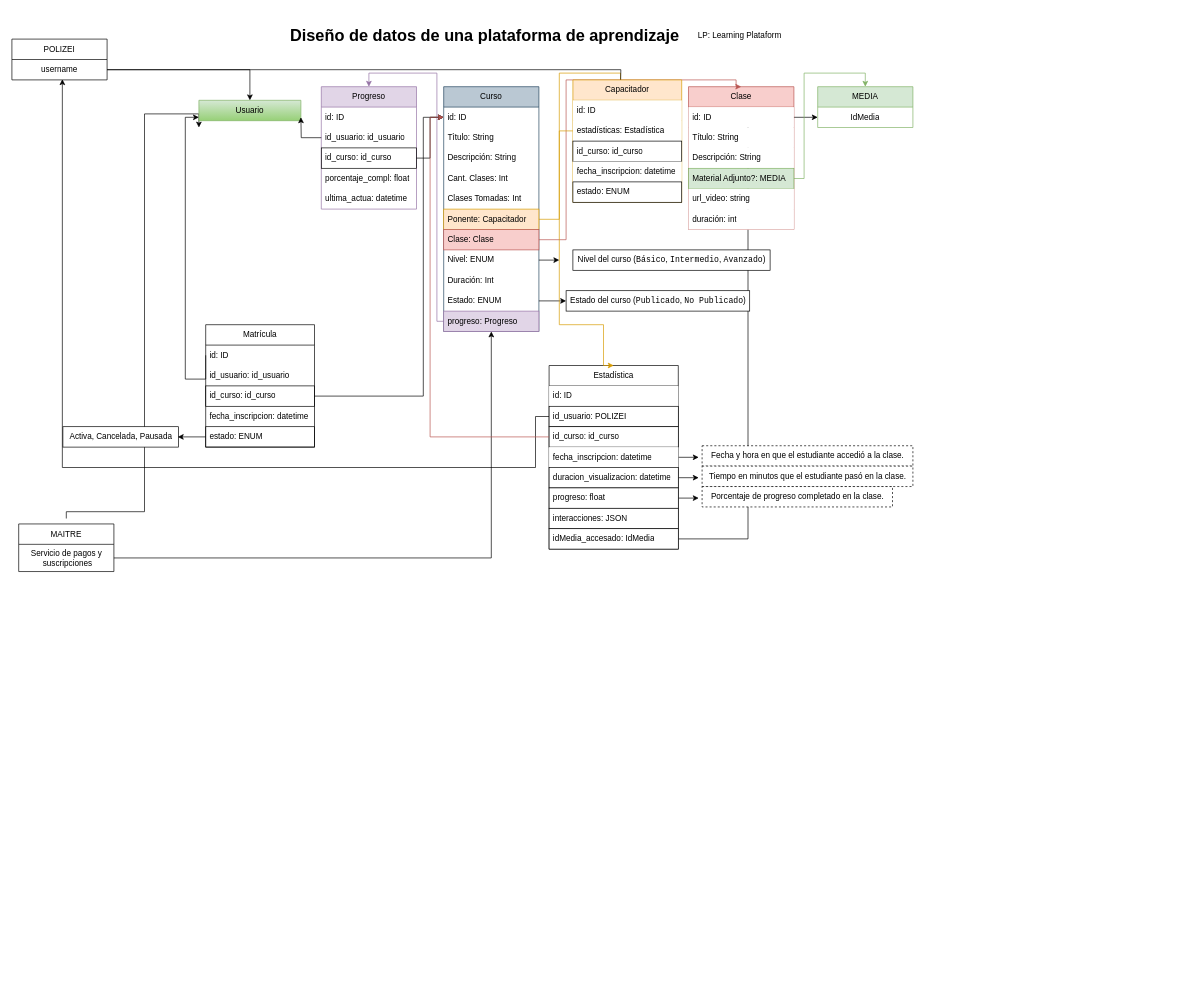
dacaza3812/3 keeps this draw.io diagram as Diagrama sin título.drawio. Above is the earlier version. Source tidied: cells renumbered, new cells numbered last; positions are measured from the earlier drawing's top-left corner, leaving out a move shared by most shapes. Both pictures are drawn from the tidied source at 68%, with x=0, y=0 at pixel (12, 12).
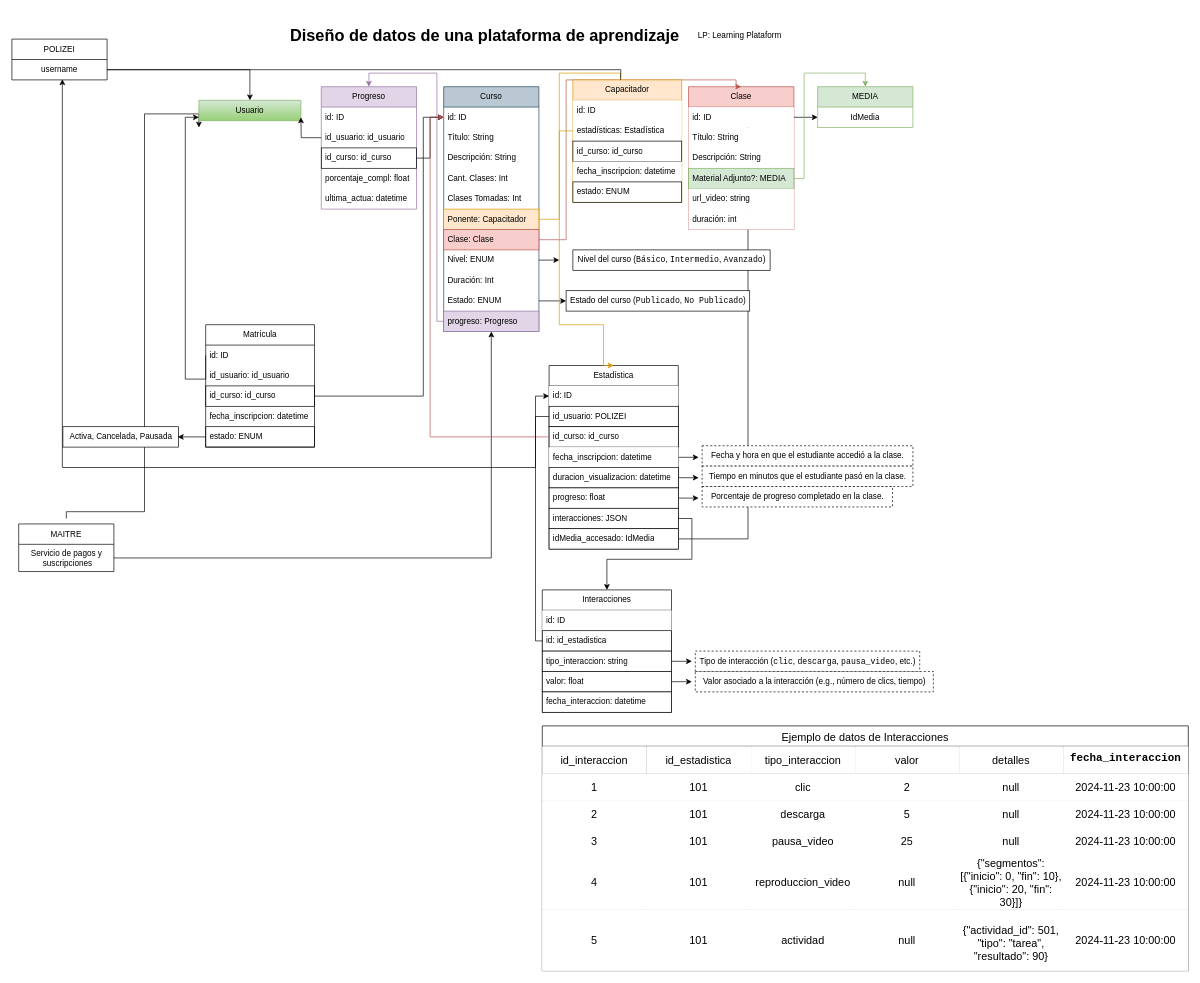
After the change.

Unchanged cells that the change refers to:
```xml
<mxCell id="64" value="id: ID" style="text;strokeColor=none;fillColor=default;align=left;verticalAlign=middle;spacingLeft=4;spacingRight=4;overflow=hidden;points=[[0,0.5],[1,0.5]];portConstraint=eastwest;whiteSpace=wrap;html=1;" parent="63" vertex="1">
  <mxGeometry y="30" width="190" height="30" as="geometry" />
</mxCell>
<mxCell id="72" value="interacciones: JSON" style="text;strokeColor=default;fillColor=default;align=left;verticalAlign=middle;spacingLeft=4;spacingRight=4;overflow=hidden;points=[[0,0.5],[1,0.5]];portConstraint=eastwest;whiteSpace=wrap;html=1;" parent="63" vertex="1">
  <mxGeometry y="210" width="190" height="30" as="geometry" />
</mxCell>
```

Change to the diagram source:
```diff
@@
+    <mxCell id="85" style="edgeStyle=orthogonalEdgeStyle;rounded=0;jettySize=auto;html=1;exitX=1;exitY=0.75;exitDx=0;exitDy=0;" parent="1" edge="1" source="86">
+      <mxGeometry relative="1" as="geometry">
+        <mxPoint x="1000" y="984.9" as="targetPoint" />
+      </mxGeometry>
+    </mxCell>
+    <mxCell id="86" value="Interacciones" style="swimlane;fontStyle=0;horizontal=1;startSize=30;whiteSpace=wrap;html=1;align=center;fillColor=default;" parent="1" vertex="1">
+      <mxGeometry x="780" y="850" width="190" height="180" as="geometry" />
+    </mxCell>
+    <mxCell id="87" value="id: ID" style="text;strokeColor=none;fillColor=default;align=left;verticalAlign=middle;spacingLeft=4;spacingRight=4;overflow=hidden;whiteSpace=wrap;html=1;" parent="86" vertex="1">
+      <mxGeometry y="30" width="190" height="30" as="geometry" />
+    </mxCell>
+    <mxCell id="88" value="id: id_estadistica" style="text;strokeColor=default;fillColor=default;align=left;verticalAlign=middle;spacingLeft=4;spacingRight=4;overflow=hidden;points=[[0,0.5],[1,0.5]];portConstraint=eastwest;whiteSpace=wrap;html=1;" parent="86" vertex="1">
+      <mxGeometry y="60" width="190" height="30" as="geometry" />
+    </mxCell>
+    <mxCell id="89" style="edgeStyle=orthogonalEdgeStyle;rounded=0;jettySize=auto;html=1;exitX=1;exitY=0.5;exitDx=0;exitDy=0;" parent="86" edge="1" source="90">
+      <mxGeometry relative="1" as="geometry">
+        <mxPoint x="220" y="105.5" as="targetPoint" />
+      </mxGeometry>
+    </mxCell>
+    <mxCell id="90" value="tipo_interaccion: string" style="text;strokeColor=default;fillColor=default;align=left;verticalAlign=middle;spacingLeft=4;spacingRight=4;overflow=hidden;points=[[0,0.5],[1,0.5]];portConstraint=eastwest;whiteSpace=wrap;html=1;" parent="86" vertex="1">
+      <mxGeometry y="90" width="190" height="30" as="geometry" />
+    </mxCell>
+    <mxCell id="91" value="valor: float" style="text;strokeColor=default;fillColor=default;align=left;verticalAlign=middle;spacingLeft=4;spacingRight=4;overflow=hidden;whiteSpace=wrap;html=1;" parent="86" vertex="1">
+      <mxGeometry y="120" width="190" height="30" as="geometry" />
+    </mxCell>
+    <mxCell id="92" value="fecha_interaccion: datetime" style="text;strokeColor=default;fillColor=default;align=left;verticalAlign=middle;spacingLeft=4;spacingRight=4;overflow=hidden;whiteSpace=wrap;html=1;" parent="86" vertex="1">
+      <mxGeometry y="150" width="190" height="30" as="geometry" />
+    </mxCell>
+    <mxCell id="93" style="edgeStyle=orthogonalEdgeStyle;rounded=0;jettySize=auto;html=1;entryX=0;entryY=0.5;entryDx=0;entryDy=0;" parent="1" edge="1" source="88" target="64">
+      <mxGeometry relative="1" as="geometry">
+        <Array as="points">
+          <mxPoint x="770" y="925" />
+          <mxPoint x="770" y="565" />
+        </Array>
+      </mxGeometry>
+    </mxCell>
+    <mxCell id="94" style="edgeStyle=orthogonalEdgeStyle;rounded=0;jettySize=auto;html=1;exitX=1;exitY=0.5;exitDx=0;exitDy=0;entryX=0.5;entryY=0;entryDx=0;entryDy=0;" parent="1" edge="1" source="72" target="86">
+      <mxGeometry relative="1" as="geometry" />
+    </mxCell>
+    <mxCell id="95" value="Tipo de interacción (&lt;code&gt;clic&lt;/code&gt;, &lt;code&gt;descarga&lt;/code&gt;, &lt;code&gt;pausa_video&lt;/code&gt;, etc.)" style="text;html=1;align=center;verticalAlign=middle;strokeColor=default;fillColor=default;dashed=1;" parent="1" vertex="1">
+      <mxGeometry x="1005" y="940" width="330" height="30" as="geometry" />
+    </mxCell>
+    <mxCell id="96" value="Valor asociado a la interacción (e.g., número de clics, tiempo)" style="text;html=1;align=center;verticalAlign=middle;strokeColor=default;fillColor=default;dashed=1;" parent="1" vertex="1">
+      <mxGeometry x="1005" y="970" width="350" height="30" as="geometry" />
+    </mxCell>
+    <mxCell id="97" value="Ejemplo de datos de Interacciones" style="shape=table;startSize=30;childLayout=tableLayout;strokeColor=default;fontSize=16;fillColor=default;" parent="1" vertex="1">
+      <mxGeometry x="780" y="1050" width="950" height="360" as="geometry" />
+    </mxCell>
+    <mxCell id="98" style="shape=tableRow;horizontal=0;startSize=0;swimlaneHead=0;swimlaneBody=0;strokeColor=inherit;top=0;left=0;bottom=0;right=0;fillColor=none;fontSize=16;" parent="97" vertex="1">
+      <mxGeometry y="30" width="950" height="40" as="geometry" />
+    </mxCell>
+    <mxCell id="99" value="id_interaccion" style="shape=partialRectangle;html=1;whiteSpace=wrap;strokeColor=inherit;overflow=hidden;fillColor=default;top=0;left=0;bottom=0;right=0;fontSize=16;" parent="98" vertex="1">
+      <mxGeometry width="153" height="40" as="geometry" />
+    </mxCell>
+    <mxCell id="100" value="id_estadistica" style="shape=partialRectangle;html=1;whiteSpace=wrap;strokeColor=inherit;overflow=hidden;fillColor=default;top=0;left=0;bottom=0;right=0;fontSize=16;" parent="98" vertex="1">
+      <mxGeometry x="153" width="154" height="40" as="geometry" />
+    </mxCell>
+    <mxCell id="101" value="tipo_interaccion" style="shape=partialRectangle;html=1;whiteSpace=wrap;strokeColor=inherit;overflow=hidden;fillColor=default;top=0;left=0;bottom=0;right=0;fontSize=16;" parent="98" vertex="1">
+      <mxGeometry x="307" width="153" height="40" as="geometry" />
+    </mxCell>
+    <mxCell id="102" value="valor" style="shape=partialRectangle;html=1;whiteSpace=wrap;strokeColor=inherit;overflow=hidden;fillColor=default;top=0;left=0;bottom=0;right=0;fontSize=16;" parent="98" vertex="1">
+      <mxGeometry x="460" width="153" height="40" as="geometry" />
+    </mxCell>
+    <mxCell id="103" value="detalles" style="shape=partialRectangle;html=1;whiteSpace=wrap;strokeColor=inherit;overflow=hidden;fillColor=default;top=0;left=0;bottom=0;right=0;fontSize=16;" parent="98" vertex="1">
+      <mxGeometry x="613" width="153" height="40" as="geometry" />
+    </mxCell>
+    <mxCell id="104" value="&lt;table&gt;&lt;thead&gt;&lt;tr&gt;&lt;th&gt;&lt;code&gt;fecha_interaccion&lt;/code&gt;&lt;/th&gt;&lt;/tr&gt;&lt;/thead&gt;&lt;/table&gt;&lt;table&gt;&lt;tbody&gt;&lt;tr&gt;&lt;td&gt;&lt;/td&gt;&lt;/tr&gt;&lt;/tbody&gt;&lt;/table&gt;" style="shape=partialRectangle;html=1;whiteSpace=wrap;strokeColor=inherit;overflow=hidden;fillColor=default;top=0;left=0;bottom=0;right=0;fontSize=16;" parent="98" vertex="1">
+      <mxGeometry x="766" width="184" height="40" as="geometry" />
+    </mxCell>
+    <mxCell id="105" style="shape=tableRow;horizontal=0;startSize=0;swimlaneHead=0;swimlaneBody=0;strokeColor=inherit;top=0;left=0;bottom=0;right=0;fillColor=default;fontSize=16;" parent="97" vertex="1">
+      <mxGeometry y="70" width="950" height="40" as="geometry" />
+    </mxCell>
+    <mxCell id="106" value="1" style="shape=partialRectangle;html=1;whiteSpace=wrap;strokeColor=inherit;overflow=hidden;fillColor=default;top=0;left=0;bottom=0;right=0;fontSize=16;" parent="105" vertex="1">
+      <mxGeometry width="153" height="40" as="geometry" />
+    </mxCell>
+    <mxCell id="107" value="101" style="shape=partialRectangle;html=1;whiteSpace=wrap;strokeColor=inherit;overflow=hidden;fillColor=default;top=0;left=0;bottom=0;right=0;fontSize=16;" parent="105" vertex="1">
+      <mxGeometry x="153" width="154" height="40" as="geometry" />
+    </mxCell>
+    <mxCell id="108" value="clic" style="shape=partialRectangle;html=1;whiteSpace=wrap;strokeColor=inherit;overflow=hidden;fillColor=default;top=0;left=0;bottom=0;right=0;fontSize=16;" parent="105" vertex="1">
+      <mxGeometry x="307" width="153" height="40" as="geometry" />
+    </mxCell>
+    <mxCell id="109" value="2" style="shape=partialRectangle;html=1;whiteSpace=wrap;strokeColor=inherit;overflow=hidden;fillColor=default;top=0;left=0;bottom=0;right=0;fontSize=16;" parent="105" vertex="1">
+      <mxGeometry x="460" width="153" height="40" as="geometry" />
+    </mxCell>
+    <mxCell id="110" value="null" style="shape=partialRectangle;html=1;whiteSpace=wrap;strokeColor=inherit;overflow=hidden;fillColor=default;top=0;left=0;bottom=0;right=0;fontSize=16;" parent="105" vertex="1">
+      <mxGeometry x="613" width="153" height="40" as="geometry" />
+    </mxCell>
+    <mxCell id="111" value="2024-11-23 10:00:00" style="shape=partialRectangle;html=1;whiteSpace=wrap;strokeColor=inherit;overflow=hidden;fillColor=default;top=0;left=0;bottom=0;right=0;fontSize=16;" parent="105" vertex="1">
+      <mxGeometry x="766" width="184" height="40" as="geometry" />
+    </mxCell>
+    <mxCell id="112" style="shape=tableRow;horizontal=0;startSize=0;swimlaneHead=0;swimlaneBody=0;strokeColor=inherit;top=0;left=0;bottom=0;right=0;fillColor=default;fontSize=16;" parent="97" vertex="1">
+      <mxGeometry y="110" width="950" height="40" as="geometry" />
+    </mxCell>
+    <mxCell id="113" value="2" style="shape=partialRectangle;html=1;whiteSpace=wrap;strokeColor=inherit;overflow=hidden;fillColor=default;top=0;left=0;bottom=0;right=0;fontSize=16;" parent="112" vertex="1">
+      <mxGeometry width="153" height="40" as="geometry" />
+    </mxCell>
+    <mxCell id="114" value="101" style="shape=partialRectangle;html=1;whiteSpace=wrap;strokeColor=inherit;overflow=hidden;fillColor=default;top=0;left=0;bottom=0;right=0;fontSize=16;" parent="112" vertex="1">
+      <mxGeometry x="153" width="154" height="40" as="geometry" />
+    </mxCell>
+    <mxCell id="115" value="descarga" style="shape=partialRectangle;html=1;whiteSpace=wrap;strokeColor=inherit;overflow=hidden;fillColor=default;top=0;left=0;bottom=0;right=0;fontSize=16;" parent="112" vertex="1">
+      <mxGeometry x="307" width="153" height="40" as="geometry" />
+    </mxCell>
+    <mxCell id="116" value="5" style="shape=partialRectangle;html=1;whiteSpace=wrap;strokeColor=inherit;overflow=hidden;fillColor=default;top=0;left=0;bottom=0;right=0;fontSize=16;" parent="112" vertex="1">
+      <mxGeometry x="460" width="153" height="40" as="geometry" />
+    </mxCell>
+    <mxCell id="117" value="null" style="shape=partialRectangle;html=1;whiteSpace=wrap;strokeColor=inherit;overflow=hidden;fillColor=default;top=0;left=0;bottom=0;right=0;fontSize=16;" parent="112" vertex="1">
+      <mxGeometry x="613" width="153" height="40" as="geometry" />
+    </mxCell>
+    <mxCell id="118" value="2024-11-23 10:00:00" style="shape=partialRectangle;html=1;whiteSpace=wrap;strokeColor=inherit;overflow=hidden;fillColor=default;top=0;left=0;bottom=0;right=0;fontSize=16;" parent="112" vertex="1">
+      <mxGeometry x="766" width="184" height="40" as="geometry" />
+    </mxCell>
+    <mxCell id="119" style="shape=tableRow;horizontal=0;startSize=0;swimlaneHead=0;swimlaneBody=0;strokeColor=inherit;top=0;left=0;bottom=0;right=0;fillColor=default;fontSize=16;" parent="97" vertex="1">
+      <mxGeometry y="150" width="950" height="40" as="geometry" />
+    </mxCell>
+    <mxCell id="120" value="3" style="shape=partialRectangle;html=1;whiteSpace=wrap;strokeColor=inherit;overflow=hidden;fillColor=default;top=0;left=0;bottom=0;right=0;fontSize=16;" parent="119" vertex="1">
+      <mxGeometry width="153" height="40" as="geometry" />
+    </mxCell>
+    <mxCell id="121" value="101" style="shape=partialRectangle;html=1;whiteSpace=wrap;strokeColor=inherit;overflow=hidden;fillColor=default;top=0;left=0;bottom=0;right=0;fontSize=16;" parent="119" vertex="1">
+      <mxGeometry x="153" width="154" height="40" as="geometry" />
+    </mxCell>
+    <mxCell id="122" value="pausa_video" style="shape=partialRectangle;html=1;whiteSpace=wrap;strokeColor=inherit;overflow=hidden;fillColor=default;top=0;left=0;bottom=0;right=0;fontSize=16;" parent="119" vertex="1">
+      <mxGeometry x="307" width="153" height="40" as="geometry" />
+    </mxCell>
+    <mxCell id="123" value="25" style="shape=partialRectangle;html=1;whiteSpace=wrap;strokeColor=inherit;overflow=hidden;fillColor=default;top=0;left=0;bottom=0;right=0;fontSize=16;" parent="119" vertex="1">
+      <mxGeometry x="460" width="153" height="40" as="geometry" />
+    </mxCell>
+    <mxCell id="124" value="null" style="shape=partialRectangle;html=1;whiteSpace=wrap;strokeColor=inherit;overflow=hidden;fillColor=default;top=0;left=0;bottom=0;right=0;fontSize=16;" parent="119" vertex="1">
+      <mxGeometry x="613" width="153" height="40" as="geometry" />
+    </mxCell>
+    <mxCell id="125" value="2024-11-23 10:00:00" style="shape=partialRectangle;html=1;whiteSpace=wrap;strokeColor=inherit;overflow=hidden;fillColor=default;top=0;left=0;bottom=0;right=0;fontSize=16;" parent="119" vertex="1">
+      <mxGeometry x="766" width="184" height="40" as="geometry" />
+    </mxCell>
+    <mxCell id="126" style="shape=tableRow;horizontal=0;startSize=0;swimlaneHead=0;swimlaneBody=0;strokeColor=inherit;top=0;left=0;bottom=0;right=0;fillColor=default;fontSize=16;" parent="97" vertex="1">
+      <mxGeometry y="190" width="950" height="80" as="geometry" />
+    </mxCell>
+    <mxCell id="127" value="4" style="shape=partialRectangle;html=1;whiteSpace=wrap;strokeColor=inherit;overflow=hidden;fillColor=default;top=0;left=0;bottom=0;right=0;fontSize=16;" parent="126" vertex="1">
+      <mxGeometry width="153" height="80" as="geometry" />
+    </mxCell>
+    <mxCell id="128" value="101" style="shape=partialRectangle;html=1;whiteSpace=wrap;strokeColor=inherit;overflow=hidden;fillColor=default;top=0;left=0;bottom=0;right=0;fontSize=16;" parent="126" vertex="1">
+      <mxGeometry x="153" width="154" height="80" as="geometry" />
+    </mxCell>
+    <mxCell id="129" value="reproduccion_video" style="shape=partialRectangle;html=1;whiteSpace=wrap;strokeColor=inherit;overflow=hidden;fillColor=default;top=0;left=0;bottom=0;right=0;fontSize=16;" parent="126" vertex="1">
+      <mxGeometry x="307" width="153" height="80" as="geometry" />
+    </mxCell>
+    <mxCell id="130" value="null" style="shape=partialRectangle;html=1;whiteSpace=wrap;strokeColor=inherit;overflow=hidden;fillColor=default;top=0;left=0;bottom=0;right=0;fontSize=16;" parent="126" vertex="1">
+      <mxGeometry x="460" width="153" height="80" as="geometry" />
+    </mxCell>
+    <mxCell id="131" value="{&quot;segmentos&quot;: [{&quot;inicio&quot;: 0, &quot;fin&quot;: 10}, {&quot;inicio&quot;: 20, &quot;fin&quot;: 30}]}" style="shape=partialRectangle;html=1;whiteSpace=wrap;strokeColor=inherit;overflow=hidden;fillColor=default;top=0;left=0;bottom=0;right=0;fontSize=16;" parent="126" vertex="1">
+      <mxGeometry x="613" width="153" height="80" as="geometry" />
+    </mxCell>
+    <mxCell id="132" value="2024-11-23 10:00:00" style="shape=partialRectangle;html=1;whiteSpace=wrap;strokeColor=inherit;overflow=hidden;fillColor=default;top=0;left=0;bottom=0;right=0;fontSize=16;" parent="126" vertex="1">
+      <mxGeometry x="766" width="184" height="80" as="geometry" />
+    </mxCell>
+    <mxCell id="133" style="shape=tableRow;horizontal=0;startSize=0;swimlaneHead=0;swimlaneBody=0;strokeColor=inherit;top=0;left=0;bottom=0;right=0;fillColor=default;fontSize=16;" parent="97" vertex="1">
+      <mxGeometry y="270" width="950" height="90" as="geometry" />
+    </mxCell>
+    <mxCell id="134" value="5" style="shape=partialRectangle;html=1;whiteSpace=wrap;strokeColor=inherit;overflow=hidden;fillColor=default;top=0;left=0;bottom=0;right=0;fontSize=16;" parent="133" vertex="1">
+      <mxGeometry width="153" height="90" as="geometry" />
+    </mxCell>
+    <mxCell id="135" value="101" style="shape=partialRectangle;html=1;whiteSpace=wrap;strokeColor=inherit;overflow=hidden;fillColor=default;top=0;left=0;bottom=0;right=0;fontSize=16;" parent="133" vertex="1">
+      <mxGeometry x="153" width="154" height="90" as="geometry" />
+    </mxCell>
+    <mxCell id="136" value="actividad" style="shape=partialRectangle;html=1;whiteSpace=wrap;strokeColor=inherit;overflow=hidden;fillColor=default;top=0;left=0;bottom=0;right=0;fontSize=16;" parent="133" vertex="1">
+      <mxGeometry x="307" width="153" height="90" as="geometry" />
+    </mxCell>
+    <mxCell id="137" value="null" style="shape=partialRectangle;html=1;whiteSpace=wrap;strokeColor=inherit;overflow=hidden;fillColor=default;top=0;left=0;bottom=0;right=0;fontSize=16;" parent="133" vertex="1">
+      <mxGeometry x="460" width="153" height="90" as="geometry" />
+    </mxCell>
+    <mxCell id="138" value="&lt;br&gt;{&quot;actividad_id&quot;: 501, &quot;tipo&quot;: &quot;tarea&quot;, &quot;resultado&quot;: 90}&lt;div&gt;&lt;br/&gt;&lt;/div&gt;" style="shape=partialRectangle;html=1;whiteSpace=wrap;strokeColor=inherit;overflow=hidden;fillColor=default;top=0;left=0;bottom=0;right=0;fontSize=16;" parent="133" vertex="1">
+      <mxGeometry x="613" width="153" height="90" as="geometry" />
+    </mxCell>
+    <mxCell id="139" value="2024-11-23 10:00:00" style="shape=partialRectangle;html=1;whiteSpace=wrap;strokeColor=inherit;overflow=hidden;fillColor=default;top=0;left=0;bottom=0;right=0;fontSize=16;" parent="133" vertex="1">
+      <mxGeometry x="766" width="184" height="90" as="geometry" />
+    </mxCell>
```
